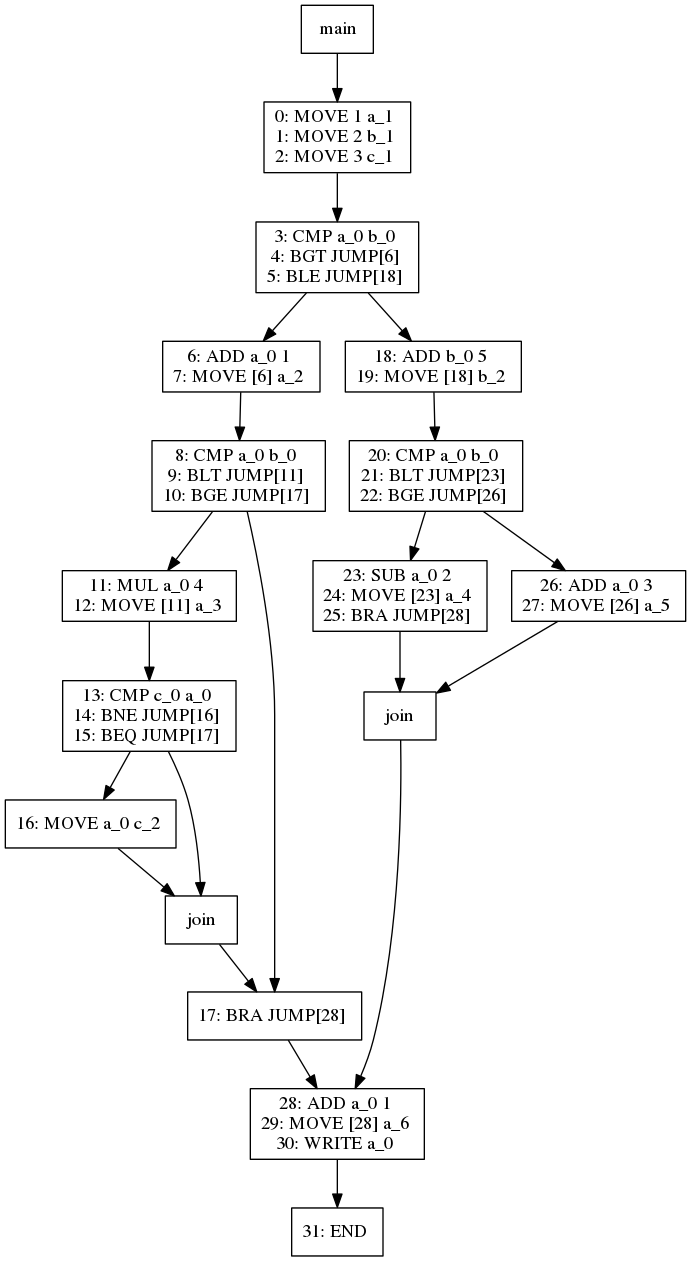
This is viz/test009.dot.png from jiahanwang/PL241-Compiler, a Graphviz export, as it was before one commit. Its source is kept beside it as viz/test009.dot.
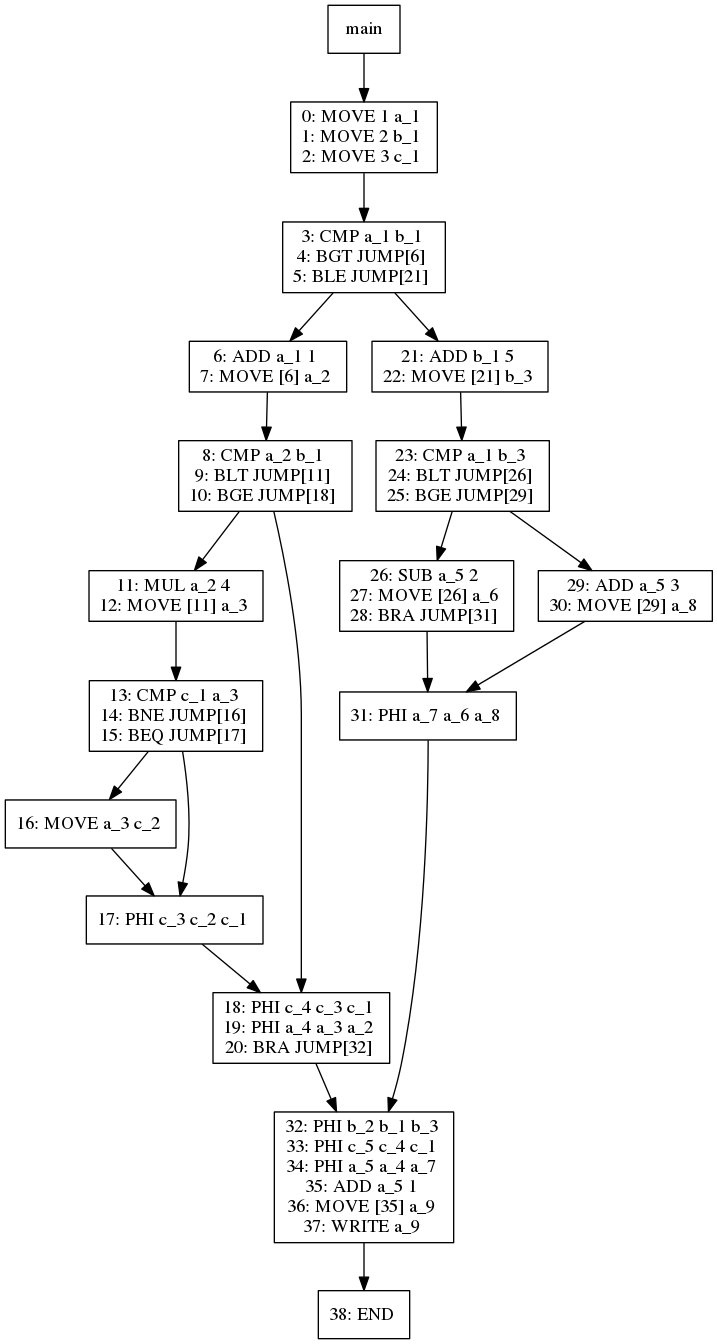
The same diagram one commit later.

Change to the diagram source:
```diff
@@ -7,66 +7,73 @@
 2: MOVE 3 c_1
 "]
 3 -> 6
-6[label="3: CMP a_0 b_0
+6[label="3: CMP a_1 b_1
 4: BGT JUMP[6]
-5: BLE JUMP[18]
+5: BLE JUMP[21]
 "]
 6 -> 8
-8[label="6: ADD a_0 1
+8[label="6: ADD a_1 1
 7: MOVE [6] a_2
 "]
 8 -> 9
-9[label="8: CMP a_0 b_0
+9[label="8: CMP a_2 b_1
 9: BLT JUMP[11]
-10: BGE JUMP[17]
+10: BGE JUMP[18]
 "]
 9 -> 11
-11[label="11: MUL a_0 4
+11[label="11: MUL a_2 4
 12: MOVE [11] a_3
 "]
 11 -> 12
-12[label="13: CMP c_0 a_0
+12[label="13: CMP c_1 a_3
 14: BNE JUMP[16]
 15: BEQ JUMP[17]
 "]
 12 -> 14
-14[label="16: MOVE a_0 c_2
+14[label="16: MOVE a_3 c_2
 "]
 14 -> 13
-13[label="join"]
+13[label="17: PHI c_3 c_2 c_1
+"]
 13 -> 10
-10[label="17: BRA JUMP[28]
+10[label="18: PHI c_4 c_3 c_1
+19: PHI a_4 a_3 a_2
+20: BRA JUMP[32]
 "]
 10 -> 7
-7[label="28: ADD a_0 1
-29: MOVE [28] a_6
-30: WRITE a_0
+7[label="32: PHI b_2 b_1 b_3
+33: PHI c_5 c_4 c_1
+34: PHI a_5 a_4 a_7
+35: ADD a_5 1
+36: MOVE [35] a_9
+37: WRITE a_9
 "]
 7 -> 22
-22[label="31: END
+22[label="38: END
 "]
 12 -> 13
 9 -> 10
 6 -> 15
-15[label="18: ADD b_0 5
-19: MOVE [18] b_2
+15[label="21: ADD b_1 5
+22: MOVE [21] b_3
 "]
 15 -> 16
-16[label="20: CMP a_0 b_0
-21: BLT JUMP[23]
-22: BGE JUMP[26]
+16[label="23: CMP a_1 b_3
+24: BLT JUMP[26]
+25: BGE JUMP[29]
 "]
 16 -> 18
-18[label="23: SUB a_0 2
-24: MOVE [23] a_4
-25: BRA JUMP[28]
+18[label="26: SUB a_5 2
+27: MOVE [26] a_6
+28: BRA JUMP[31]
 "]
 18 -> 17
-17[label="join"]
+17[label="31: PHI a_7 a_6 a_8
+"]
 17 -> 7
 16 -> 19
-19[label="26: ADD a_0 3
-27: MOVE [26] a_5
+19[label="29: ADD a_5 3
+30: MOVE [29] a_8
 "]
 19 -> 17
 }
```
